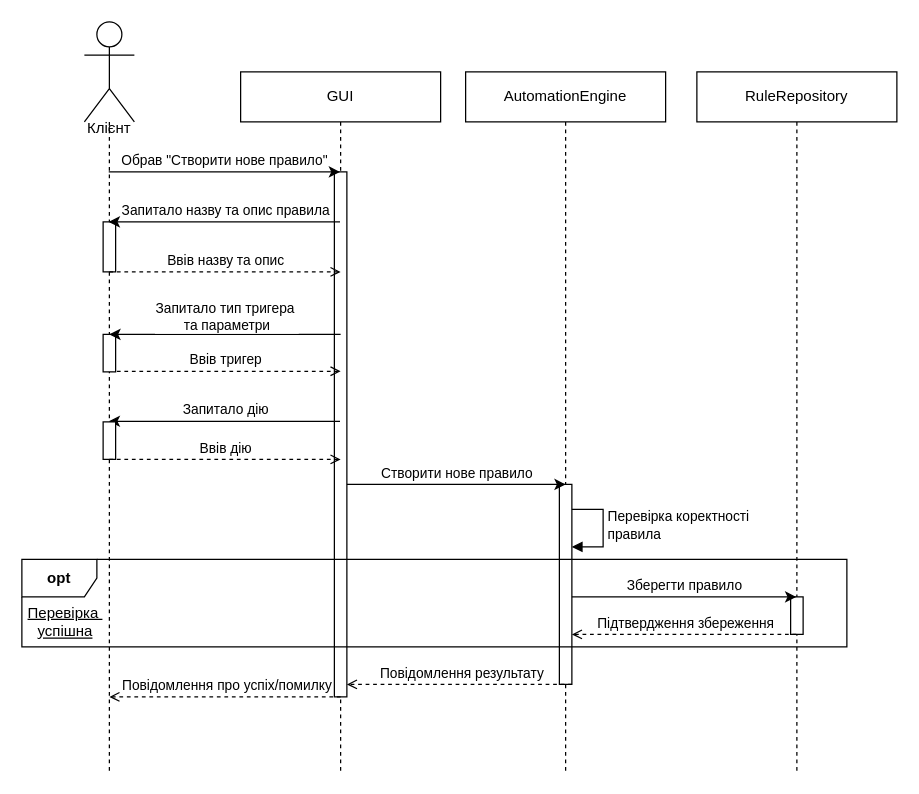
Earlier version of the draw.io diagram lab3/FlexibleAutomationTool_Sequence_1.drawio (Smegalex/Software_dev_technologies). Source tidied: cells renumbered, new cells numbered last; positions are measured from the earlier drawing's top-left corner, leaving out a move shared by most shapes. Both pictures are drawn from the tidied source at 125%, with x=0, y=0 at pixel (21, 21).
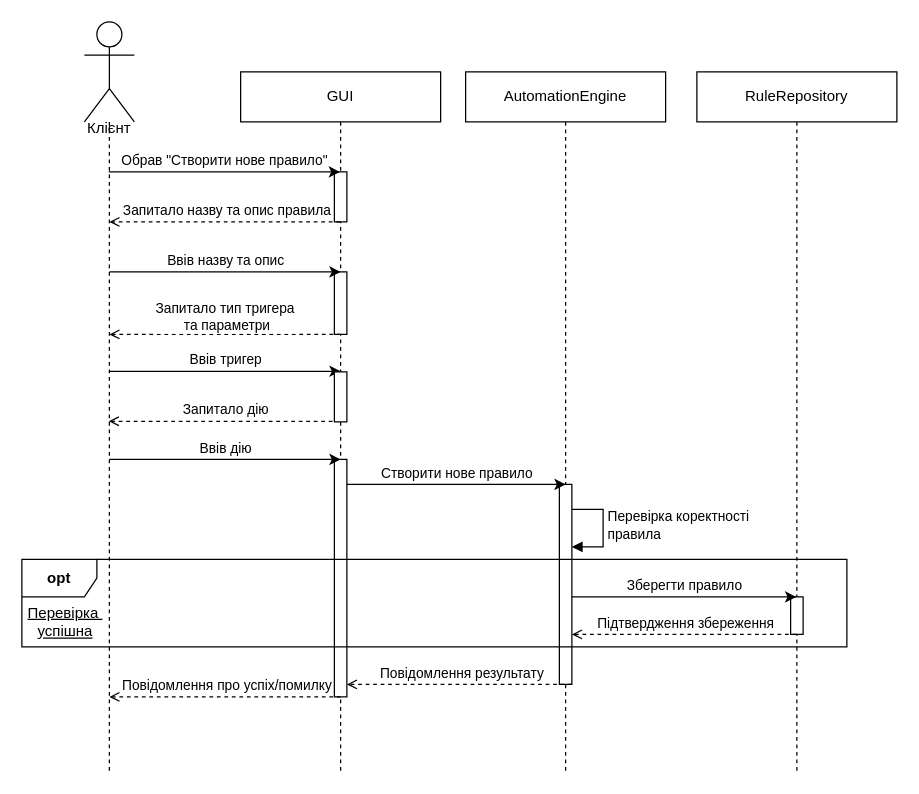
The same diagram, later.

Unchanged cells that the change refers to:
```xml
<mxCell id="2" value="GUI" style="shape=umlLifeline;perimeter=lifelinePerimeter;whiteSpace=wrap;html=1;outlineConnect=0;portConstraint=eastwest;newEdgeStyle={&quot;edgeStyle&quot;:&quot;elbowEdgeStyle&quot;,&quot;elbow&quot;:&quot;vertical&quot;,&quot;curved&quot;:0,&quot;rounded&quot;:0};" parent="1" vertex="1">
  <mxGeometry x="175" y="40" width="160" height="560" as="geometry" />
</mxCell>
<mxCell id="13" style="shape=umlLifeline;perimeter=lifelinePerimeter;whiteSpace=wrap;html=1;outlineConnect=0;portConstraint=eastwest;newEdgeStyle={&quot;curved&quot;:0,&quot;rounded&quot;:0};participant=umlActor;size=80;" parent="1" vertex="1">
  <mxGeometry x="50" width="40" height="600" as="geometry" />
</mxCell>
```

Diff of the diagram source:
```diff
@@
     <mxCell id="3" style="html=1;perimeter=orthogonalPerimeter;targetShapes=umlLifeline;newEdgeStyle={&quot;curved&quot;:0,&quot;rounded&quot;:0};" parent="2" vertex="1">
-      <mxGeometry x="75" y="80" width="10" height="420" as="geometry" />
+      <mxGeometry x="75" y="310" width="10" height="190" as="geometry" />
     </mxCell>
-    <mxCell id="4" style="endArrow=open;html=1;rounded=0;dashed=1;endFill=0;" parent="2" edge="1">
+    <mxCell id="4" style="endArrow=classic;html=1;rounded=0;endFill=1;" parent="2" edge="1">
       <mxGeometry relative="1" as="geometry">
         <mxPoint x="-105" y="239.5" as="sourcePoint" />
         <mxPoint x="80" y="239.5" as="targetPoint" />
         <Array as="points">
           <mxPoint x="-35" y="239.5" />
         </Array>
       </mxGeometry>
     </mxCell>
@@
-    <mxCell id="6" style="endArrow=classic;html=1;rounded=0;" parent="2" edge="1">
+    <mxCell id="6" style="endArrow=open;html=1;rounded=0;endFill=0;dashed=1;" parent="2" edge="1" target="13">
       <mxGeometry relative="1" as="geometry">
         <mxPoint x="79.5" y="279.5" as="sourcePoint" />
-        <mxPoint x="-105.5" y="279.5" as="targetPoint" />
       </mxGeometry>
     </mxCell>
@@
+    <mxCell id="40" style="html=1;perimeter=orthogonalPerimeter;targetShapes=umlLifeline;newEdgeStyle={&quot;curved&quot;:0,&quot;rounded&quot;:0};" parent="2" vertex="1">
+      <mxGeometry x="75" y="80" width="10" height="40" as="geometry" />
+    </mxCell>
+    <mxCell id="41" style="html=1;perimeter=orthogonalPerimeter;targetShapes=umlLifeline;newEdgeStyle={&quot;curved&quot;:0,&quot;rounded&quot;:0};" parent="2" vertex="1">
+      <mxGeometry x="75" y="160" width="10" height="50" as="geometry" />
+    </mxCell>
+    <mxCell id="42" style="html=1;perimeter=orthogonalPerimeter;targetShapes=umlLifeline;newEdgeStyle={&quot;curved&quot;:0,&quot;rounded&quot;:0};" parent="2" vertex="1">
+      <mxGeometry x="75" y="240" width="10" height="40" as="geometry" />
+    </mxCell>
@@
-    <mxCell id="14" style="html=1;perimeter=orthogonalPerimeter;targetShapes=umlLifeline;newEdgeStyle={&quot;curved&quot;:0,&quot;rounded&quot;:0};" parent="13" vertex="1">
-      <mxGeometry x="15" y="160" width="10" height="40" as="geometry" />
-    </mxCell>
-    <mxCell id="15" style="html=1;perimeter=orthogonalPerimeter;targetShapes=umlLifeline;newEdgeStyle={&quot;curved&quot;:0,&quot;rounded&quot;:0};" parent="13" vertex="1">
-      <mxGeometry x="15" y="250" width="10" height="30" as="geometry" />
-    </mxCell>
-    <mxCell id="16" style="html=1;perimeter=orthogonalPerimeter;targetShapes=umlLifeline;newEdgeStyle={&quot;curved&quot;:0,&quot;rounded&quot;:0};" parent="13" vertex="1">
-      <mxGeometry x="15" y="320" width="10" height="30" as="geometry" />
-    </mxCell>
@@
-    <mxCell id="20" style="endArrow=classic;html=1;rounded=0;" parent="1" edge="1">
+    <mxCell id="20" style="endArrow=open;html=1;rounded=0;dashed=1;endFill=0;" parent="1" edge="1">
       <mxGeometry relative="1" as="geometry">
         <mxPoint x="254.5" y="160" as="sourcePoint" />
-        <mxPoint x="69.5" y="160" as="targetPoint" />
+        <mxPoint x="70" y="160" as="targetPoint" />
       </mxGeometry>
     </mxCell>
@@
-    <mxCell id="22" style="endArrow=open;html=1;rounded=0;dashed=1;endFill=0;" parent="1" edge="1">
+    <mxCell id="22" style="endArrow=classic;html=1;rounded=0;endFill=1;" parent="1" edge="1">
       <mxGeometry relative="1" as="geometry">
         <mxPoint x="70" y="200" as="sourcePoint" />
         <mxPoint x="255" y="200" as="targetPoint" />
         <Array as="points">
           <mxPoint x="140" y="200" />
         </Array>
       </mxGeometry>
     </mxCell>
@@
-    <mxCell id="24" style="endArrow=classic;html=1;rounded=0;" parent="1" edge="1">
+    <mxCell id="24" style="endArrow=open;html=1;rounded=0;endFill=0;dashed=1;entryX=0.5;entryY=0.565;entryDx=0;entryDy=0;entryPerimeter=0;" parent="1" edge="1">
       <mxGeometry relative="1" as="geometry">
         <mxPoint x="255" y="250" as="sourcePoint" />
         <mxPoint x="70" y="250" as="targetPoint" />
       </mxGeometry>
     </mxCell>
@@
-    <mxCell id="26" style="endArrow=open;html=1;rounded=0;dashed=1;endFill=0;" parent="1" edge="1">
+    <mxCell id="26" style="endArrow=classic;html=1;rounded=0;endFill=1;" parent="1" edge="1">
       <mxGeometry relative="1" as="geometry">
         <mxPoint x="70" y="350" as="sourcePoint" />
         <mxPoint x="255" y="350" as="targetPoint" />
         <Array as="points">
           <mxPoint x="140" y="350" />
         </Array>
       </mxGeometry>
     </mxCell>
```
